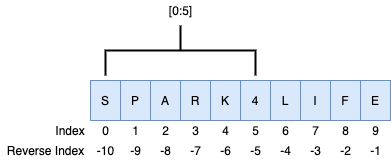
Before: lists.png, a diagram exported from draw.io (lwgray/python_workshop). Source tidied: cells renumbered, new cells last; positions are measured from the earlier drawing's top-left corner, leaving out a move shared by most shapes. Its diagram source:
```xml
<mxGraphModel>
  <root>
    <mxCell id="0" />
    <mxCell id="1" parent="0" />
    <mxCell id="2" value="S" style="rounded=0;whiteSpace=wrap;html=1;fillColor=#dae8fc;strokeColor=#6c8ebf;" parent="1" vertex="1">
      <mxGeometry x="90" y="105" width="30" height="40" as="geometry" />
    </mxCell>
    <mxCell id="3" value="P" style="rounded=0;whiteSpace=wrap;html=1;fillColor=#dae8fc;strokeColor=#6c8ebf;" parent="1" vertex="1">
      <mxGeometry x="120" y="105" width="30" height="40" as="geometry" />
    </mxCell>
    <mxCell id="4" value="K" style="rounded=0;whiteSpace=wrap;html=1;fillColor=#dae8fc;strokeColor=#6c8ebf;" parent="1" vertex="1">
      <mxGeometry x="210" y="105" width="30" height="40" as="geometry" />
    </mxCell>
    <mxCell id="5" value="4" style="rounded=0;whiteSpace=wrap;html=1;fillColor=#dae8fc;strokeColor=#6c8ebf;" parent="1" vertex="1">
      <mxGeometry x="240" y="105" width="30" height="40" as="geometry" />
    </mxCell>
    <mxCell id="6" value="L" style="rounded=0;whiteSpace=wrap;html=1;fillColor=#dae8fc;strokeColor=#6c8ebf;" parent="1" vertex="1">
      <mxGeometry x="270" y="105" width="30" height="40" as="geometry" />
    </mxCell>
    <mxCell id="7" value="I" style="rounded=0;whiteSpace=wrap;html=1;fillColor=#dae8fc;strokeColor=#6c8ebf;" parent="1" vertex="1">
      <mxGeometry x="300" y="105" width="30" height="40" as="geometry" />
    </mxCell>
    <mxCell id="8" value="A" style="rounded=0;whiteSpace=wrap;html=1;fillColor=#dae8fc;strokeColor=#6c8ebf;" parent="1" vertex="1">
      <mxGeometry x="150" y="105" width="30" height="40" as="geometry" />
    </mxCell>
    <mxCell id="9" value="R" style="rounded=0;whiteSpace=wrap;html=1;fillColor=#dae8fc;strokeColor=#6c8ebf;" parent="1" vertex="1">
      <mxGeometry x="180" y="105" width="30" height="40" as="geometry" />
    </mxCell>
    <mxCell id="10" value="F" style="rounded=0;whiteSpace=wrap;html=1;fillColor=#dae8fc;strokeColor=#6c8ebf;" parent="1" vertex="1">
      <mxGeometry x="330" y="105" width="30" height="40" as="geometry" />
    </mxCell>
    <mxCell id="11" value="E" style="rounded=0;whiteSpace=wrap;html=1;fillColor=#dae8fc;strokeColor=#6c8ebf;" parent="1" vertex="1">
      <mxGeometry x="360" y="105" width="30" height="40" as="geometry" />
    </mxCell>
    <mxCell id="12" value="Index" style="text;html=1;strokeColor=none;fillColor=none;align=center;verticalAlign=middle;whiteSpace=wrap;rounded=0;" parent="1" vertex="1">
      <mxGeometry x="50" y="145" width="40" height="20" as="geometry" />
    </mxCell>
    <mxCell id="13" value="0" style="text;html=1;align=center;verticalAlign=middle;strokeColor=none;" parent="1" vertex="1">
      <mxGeometry x="95" y="145" width="20" height="20" as="geometry" />
    </mxCell>
    <mxCell id="14" value="1" style="text;html=1;align=center;verticalAlign=middle;strokeColor=none;" parent="1" vertex="1">
      <mxGeometry x="125" y="145" width="20" height="20" as="geometry" />
    </mxCell>
    <mxCell id="15" value="2" style="text;html=1;align=center;verticalAlign=middle;strokeColor=none;" parent="1" vertex="1">
      <mxGeometry x="155" y="145" width="20" height="20" as="geometry" />
    </mxCell>
    <mxCell id="16" value="3" style="text;html=1;align=center;verticalAlign=middle;strokeColor=none;" parent="1" vertex="1">
      <mxGeometry x="185" y="145" width="20" height="20" as="geometry" />
    </mxCell>
    <mxCell id="17" value="4" style="text;html=1;align=center;verticalAlign=middle;strokeColor=none;" parent="1" vertex="1">
      <mxGeometry x="215" y="145" width="20" height="20" as="geometry" />
    </mxCell>
    <mxCell id="18" value="5" style="text;html=1;align=center;verticalAlign=middle;strokeColor=none;" parent="1" vertex="1">
      <mxGeometry x="245" y="145" width="20" height="20" as="geometry" />
    </mxCell>
    <mxCell id="19" value="6" style="text;html=1;align=center;verticalAlign=middle;strokeColor=none;" parent="1" vertex="1">
      <mxGeometry x="275" y="145" width="20" height="20" as="geometry" />
    </mxCell>
    <mxCell id="20" value="7" style="text;html=1;align=center;verticalAlign=middle;strokeColor=none;" parent="1" vertex="1">
      <mxGeometry x="305" y="145" width="20" height="20" as="geometry" />
    </mxCell>
    <mxCell id="21" value="8" style="text;html=1;align=center;verticalAlign=middle;strokeColor=none;" parent="1" vertex="1">
      <mxGeometry x="335" y="145" width="20" height="20" as="geometry" />
    </mxCell>
    <mxCell id="22" value="9" style="text;html=1;align=center;verticalAlign=middle;strokeColor=none;" parent="1" vertex="1">
      <mxGeometry x="365" y="145" width="20" height="20" as="geometry" />
    </mxCell>
    <mxCell id="23" value="Reverse Index" style="text;html=1;align=center;verticalAlign=middle;strokeColor=none;" parent="1" vertex="1">
      <mxGeometry y="165" width="90" height="20" as="geometry" />
    </mxCell>
    <mxCell id="24" value="-10" style="text;html=1;align=center;verticalAlign=middle;strokeColor=none;" parent="1" vertex="1">
      <mxGeometry x="90" y="165" width="30" height="20" as="geometry" />
    </mxCell>
    <mxCell id="25" value="-9" style="text;html=1;align=center;verticalAlign=middle;strokeColor=none;" parent="1" vertex="1">
      <mxGeometry x="120" y="165" width="30" height="20" as="geometry" />
    </mxCell>
    <mxCell id="26" value="-8" style="text;html=1;align=center;verticalAlign=middle;strokeColor=none;" parent="1" vertex="1">
      <mxGeometry x="150" y="165" width="30" height="20" as="geometry" />
    </mxCell>
    <mxCell id="27" value="-7" style="text;html=1;align=center;verticalAlign=middle;strokeColor=none;" parent="1" vertex="1">
      <mxGeometry x="180" y="165" width="30" height="20" as="geometry" />
    </mxCell>
    <mxCell id="28" value="-6" style="text;html=1;align=center;verticalAlign=middle;strokeColor=none;" parent="1" vertex="1">
      <mxGeometry x="210" y="165" width="30" height="20" as="geometry" />
    </mxCell>
    <mxCell id="29" value="-5" style="text;html=1;align=center;verticalAlign=middle;strokeColor=none;" parent="1" vertex="1">
      <mxGeometry x="240" y="165" width="30" height="20" as="geometry" />
    </mxCell>
    <mxCell id="30" value="-4" style="text;html=1;align=center;verticalAlign=middle;strokeColor=none;" parent="1" vertex="1">
      <mxGeometry x="270" y="165" width="30" height="20" as="geometry" />
    </mxCell>
    <mxCell id="31" value="-3" style="text;html=1;align=center;verticalAlign=middle;strokeColor=none;" parent="1" vertex="1">
      <mxGeometry x="300" y="165" width="30" height="20" as="geometry" />
    </mxCell>
    <mxCell id="32" value="-2" style="text;html=1;align=center;verticalAlign=middle;strokeColor=none;" parent="1" vertex="1">
      <mxGeometry x="330" y="165" width="30" height="20" as="geometry" />
    </mxCell>
    <mxCell id="33" value="-1" style="text;html=1;align=center;verticalAlign=middle;strokeColor=none;" parent="1" vertex="1">
      <mxGeometry x="360" y="165" width="30" height="20" as="geometry" />
    </mxCell>
    <mxCell id="34" style="strokeWidth=2;html=1;shape=mxgraph.flowchart.annotation_2;align=left;labelPosition=right;rotation=90;" parent="1" vertex="1">
      <mxGeometry x="155" width="50" height="150" as="geometry" />
    </mxCell>
    <mxCell id="35" value="[0:5]" style="text;html=1;align=center;verticalAlign=middle;strokeColor=none;" parent="1" vertex="1">
      <mxGeometry x="160" y="25" width="40" height="20" as="geometry" />
    </mxCell>
  </root>
</mxGraphModel>
```
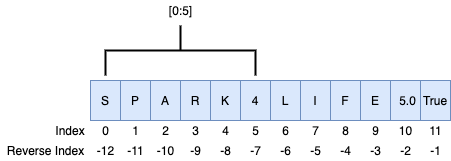
After the change.

Diff of the diagram source:
```diff
@@ -69,34 +69,34 @@
       <mxGeometry y="165" width="90" height="20" as="geometry" />
     </mxCell>
     <mxCell id="24" value="-10" style="text;html=1;align=center;verticalAlign=middle;strokeColor=none;" parent="1" vertex="1">
-      <mxGeometry x="90" y="165" width="30" height="20" as="geometry" />
+      <mxGeometry x="150" y="165" width="30" height="20" as="geometry" />
     </mxCell>
     <mxCell id="25" value="-9" style="text;html=1;align=center;verticalAlign=middle;strokeColor=none;" parent="1" vertex="1">
-      <mxGeometry x="120" y="165" width="30" height="20" as="geometry" />
+      <mxGeometry x="180" y="165" width="30" height="20" as="geometry" />
     </mxCell>
     <mxCell id="26" value="-8" style="text;html=1;align=center;verticalAlign=middle;strokeColor=none;" parent="1" vertex="1">
-      <mxGeometry x="150" y="165" width="30" height="20" as="geometry" />
+      <mxGeometry x="210" y="165" width="30" height="20" as="geometry" />
     </mxCell>
     <mxCell id="27" value="-7" style="text;html=1;align=center;verticalAlign=middle;strokeColor=none;" parent="1" vertex="1">
-      <mxGeometry x="180" y="165" width="30" height="20" as="geometry" />
+      <mxGeometry x="240" y="165" width="30" height="20" as="geometry" />
     </mxCell>
     <mxCell id="28" value="-6" style="text;html=1;align=center;verticalAlign=middle;strokeColor=none;" parent="1" vertex="1">
-      <mxGeometry x="210" y="165" width="30" height="20" as="geometry" />
+      <mxGeometry x="270" y="165" width="30" height="20" as="geometry" />
     </mxCell>
     <mxCell id="29" value="-5" style="text;html=1;align=center;verticalAlign=middle;strokeColor=none;" parent="1" vertex="1">
-      <mxGeometry x="240" y="165" width="30" height="20" as="geometry" />
+      <mxGeometry x="300" y="165" width="30" height="20" as="geometry" />
     </mxCell>
     <mxCell id="30" value="-4" style="text;html=1;align=center;verticalAlign=middle;strokeColor=none;" parent="1" vertex="1">
-      <mxGeometry x="270" y="165" width="30" height="20" as="geometry" />
+      <mxGeometry x="330" y="165" width="30" height="20" as="geometry" />
     </mxCell>
     <mxCell id="31" value="-3" style="text;html=1;align=center;verticalAlign=middle;strokeColor=none;" parent="1" vertex="1">
-      <mxGeometry x="300" y="165" width="30" height="20" as="geometry" />
+      <mxGeometry x="360" y="165" width="30" height="20" as="geometry" />
     </mxCell>
     <mxCell id="32" value="-2" style="text;html=1;align=center;verticalAlign=middle;strokeColor=none;" parent="1" vertex="1">
-      <mxGeometry x="330" y="165" width="30" height="20" as="geometry" />
+      <mxGeometry x="390" y="165" width="30" height="20" as="geometry" />
     </mxCell>
     <mxCell id="33" value="-1" style="text;html=1;align=center;verticalAlign=middle;strokeColor=none;" parent="1" vertex="1">
-      <mxGeometry x="360" y="165" width="30" height="20" as="geometry" />
+      <mxGeometry x="420" y="165" width="30" height="20" as="geometry" />
     </mxCell>
     <mxCell id="34" style="strokeWidth=2;html=1;shape=mxgraph.flowchart.annotation_2;align=left;labelPosition=right;rotation=90;" parent="1" vertex="1">
       <mxGeometry x="155" width="50" height="150" as="geometry" />
@@ -104,5 +104,23 @@
     <mxCell id="35" value="[0:5]" style="text;html=1;align=center;verticalAlign=middle;strokeColor=none;" parent="1" vertex="1">
       <mxGeometry x="160" y="25" width="40" height="20" as="geometry" />
     </mxCell>
+    <mxCell id="36" value="5.0" style="rounded=0;whiteSpace=wrap;html=1;fillColor=#dae8fc;strokeColor=#6c8ebf;" parent="1" vertex="1">
+      <mxGeometry x="390" y="105" width="35" height="40" as="geometry" />
+    </mxCell>
+    <mxCell id="37" value="True" style="rounded=0;whiteSpace=wrap;html=1;fillColor=#dae8fc;strokeColor=#6c8ebf;" parent="1" vertex="1">
+      <mxGeometry x="420" y="105" width="30" height="40" as="geometry" />
+    </mxCell>
+    <mxCell id="38" value="10" style="text;html=1;align=center;verticalAlign=middle;strokeColor=none;" parent="1" vertex="1">
+      <mxGeometry x="390" y="145" width="30" height="20" as="geometry" />
+    </mxCell>
+    <mxCell id="39" value="11" style="text;html=1;align=center;verticalAlign=middle;strokeColor=none;" parent="1" vertex="1">
+      <mxGeometry x="420" y="145" width="30" height="20" as="geometry" />
+    </mxCell>
+    <mxCell id="40" value="-11" style="text;html=1;align=center;verticalAlign=middle;strokeColor=none;" parent="1" vertex="1">
+      <mxGeometry x="120" y="165" width="30" height="20" as="geometry" />
+    </mxCell>
+    <mxCell id="41" value="-12" style="text;html=1;align=center;verticalAlign=middle;strokeColor=none;" parent="1" vertex="1">
+      <mxGeometry x="90" y="165" width="30" height="20" as="geometry" />
+    </mxCell>
   </root>
 </mxGraphModel>
```
